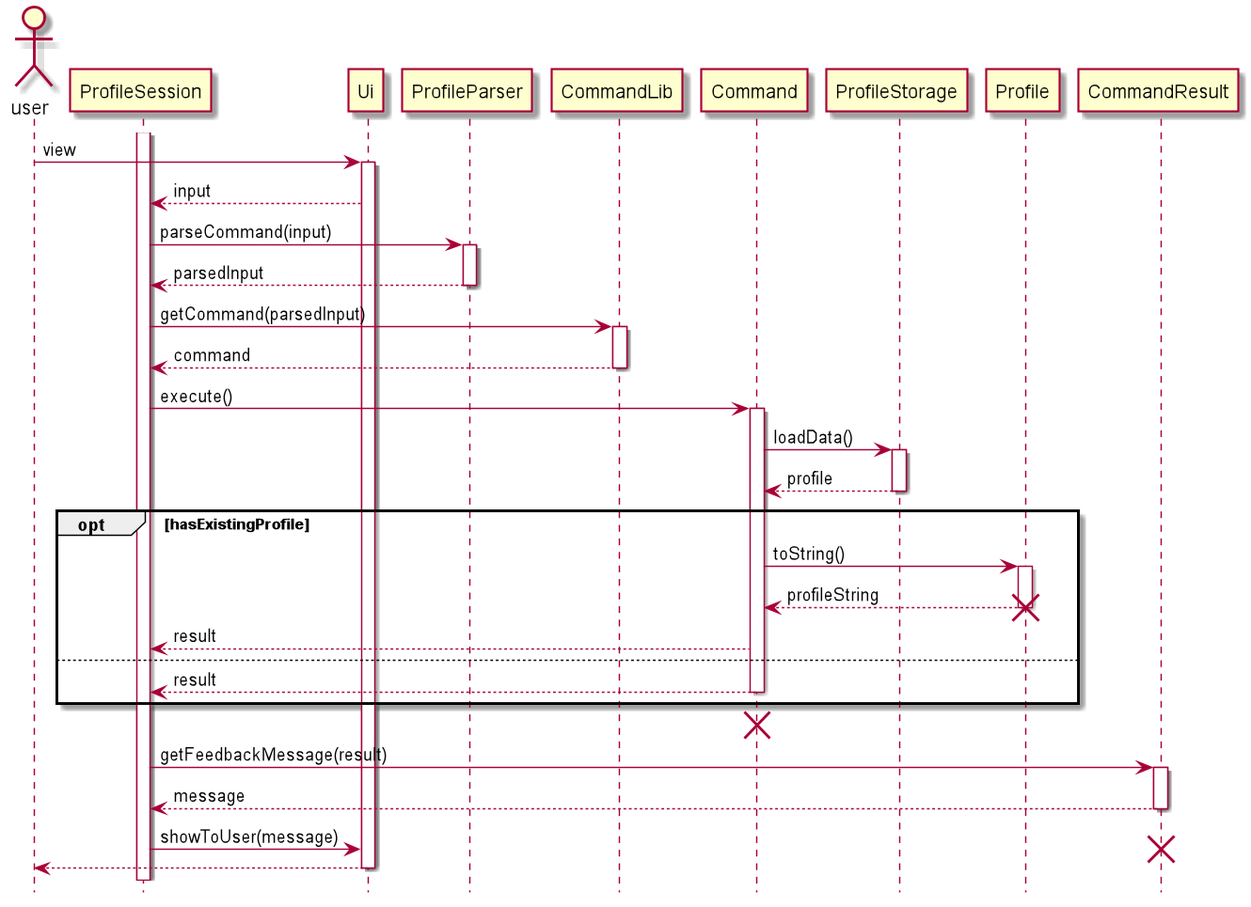
This is docs/pictures/khoa/ViewProfile.png from zsk612/tp, a PlantUML export, as it was before one commit. Source of this version:
```plantuml
@startuml
hide footbox

actor user
activate ProfileSession
user -> Ui++ : view
Ui --> ProfileSession : input

ProfileSession -> ProfileParser ++ : parseCommand(input)
ProfileParser --> ProfileSession -- : parsedInput

ProfileSession -> CommandLib ++ : getCommand(parsedInput)
CommandLib --> ProfileSession -- : command

ProfileSession -> Command ++ : execute()
Command -> ProfileStorage ++ : loadData()
ProfileStorage --> Command -- : profile

opt hasExistingProfile
    Command -> Profile : toString()
    activate Profile
    Profile --> Command -- : profileString
    destroy Profile
    Command --> ProfileSession : result
else
    Command --> ProfileSession --: result
end

deactivate Command
destroy Command

ProfileSession -> CommandResult ++ : getFeedbackMessage(result)
CommandResult --> ProfileSession -- : message
ProfileSession -> Ui : showToUser(message)
destroy CommandResult
Ui --> user
deactivate Ui
@enduml
```
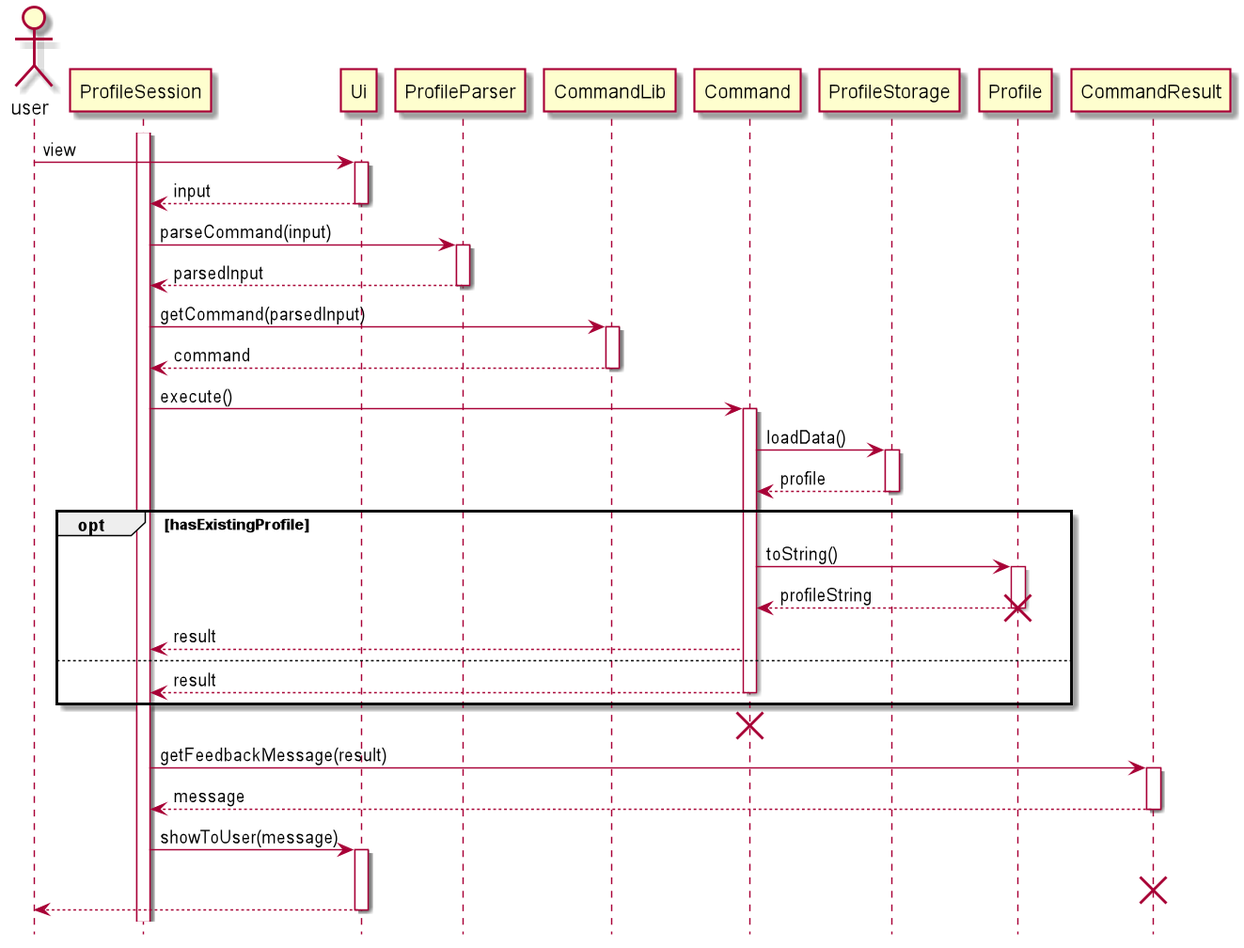
Above is the later version.

Diff of the diagram source:
```diff
@@ -4,7 +4,7 @@
 actor user
 activate ProfileSession
 user -> Ui++ : view
-Ui --> ProfileSession : input
+Ui --> ProfileSession -- : input
 
 ProfileSession -> ProfileParser ++ : parseCommand(input)
 ProfileParser --> ProfileSession -- : parsedInput
@@ -31,7 +31,7 @@
 
 ProfileSession -> CommandResult ++ : getFeedbackMessage(result)
 CommandResult --> ProfileSession -- : message
-ProfileSession -> Ui : showToUser(message)
+ProfileSession -> Ui ++ : showToUser(message)
 destroy CommandResult
 Ui --> user
 deactivate Ui
```
